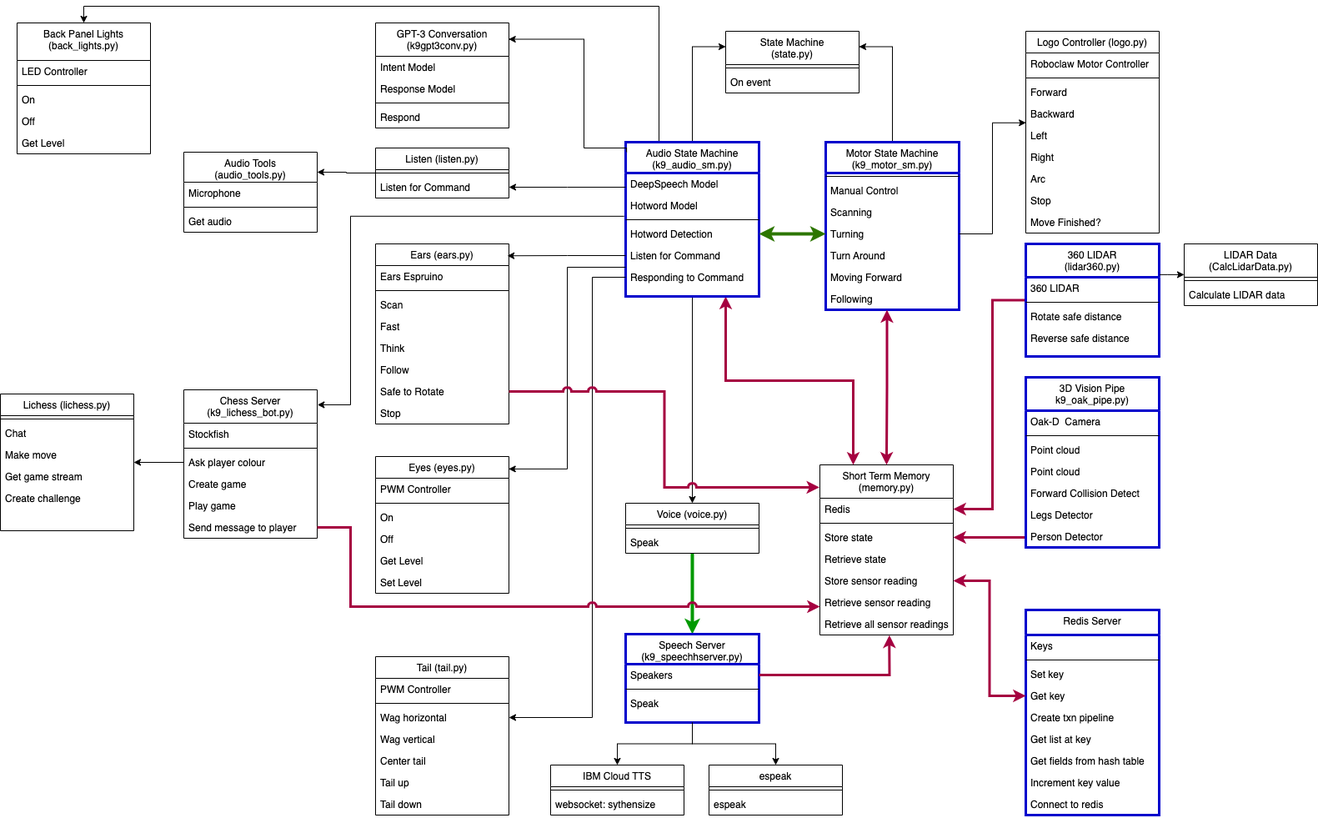
Earlier version of the draw.io export K9 class diagram.drawio.png (hopkira/k9). Source tidied: cells renumbered, new cells last; positions are measured from the earlier drawing's top-left corner, leaving out a move shared by most shapes.
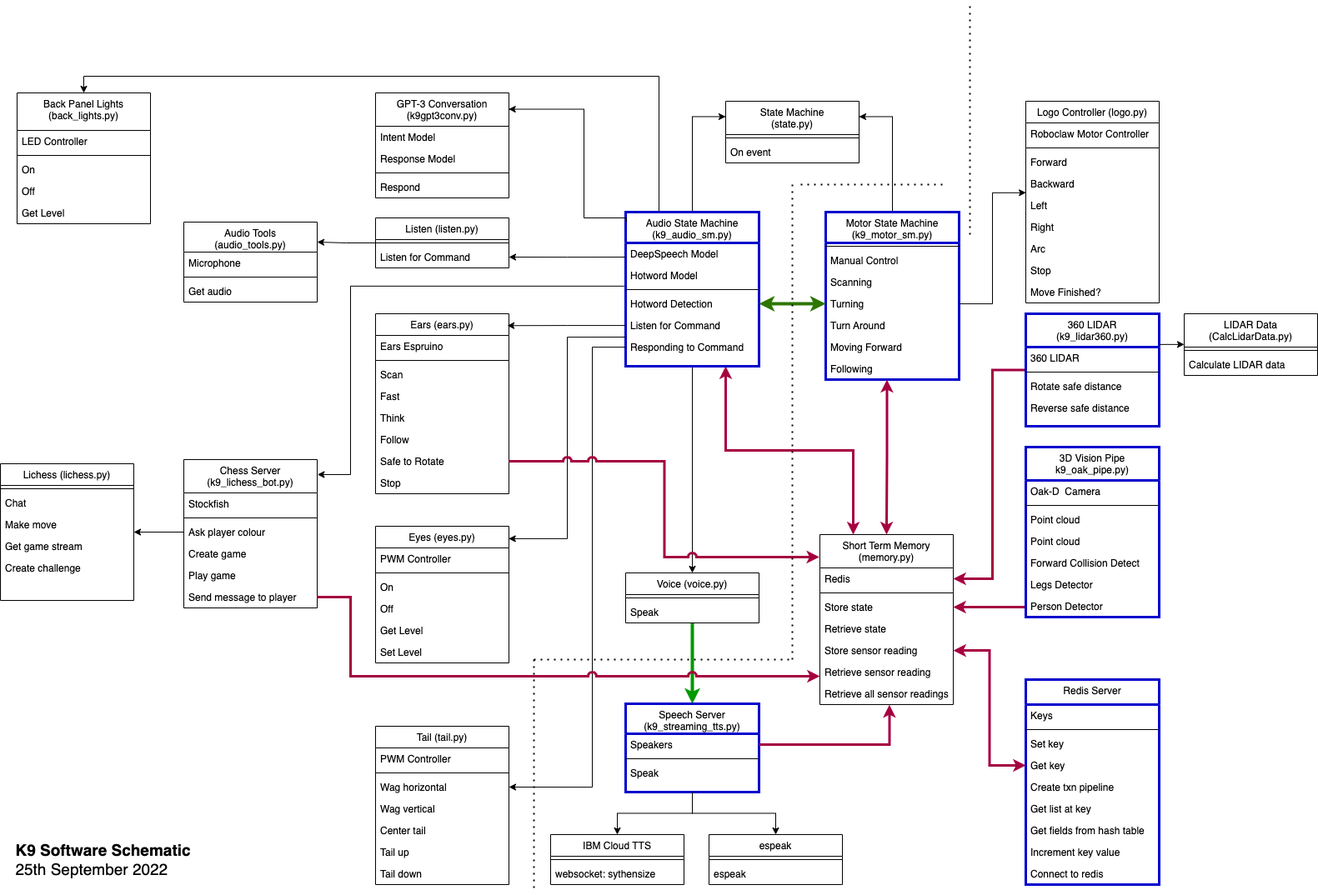
After the change.

What changed in the source:
```diff
@@ -184,7 +184,7 @@
     <mxCell id="60" value="Respond" style="text;align=left;verticalAlign=top;spacingLeft=4;spacingRight=4;overflow=hidden;" parent="56" vertex="1">
       <mxGeometry y="100" width="160" height="26" as="geometry" />
     </mxCell>
-    <mxCell id="61" value="Speech Server&#10;(k9_speechhserver.py)" style="swimlane;fontStyle=0;align=center;verticalAlign=top;horizontal=1;startSize=36;rounded=0;shadow=0;strokeWidth=3;strokeColor=#0000CC;" parent="1" vertex="1">
+    <mxCell id="61" value="Speech Server&#10;(k9_streaming_tts.py)" style="swimlane;fontStyle=0;align=center;verticalAlign=top;horizontal=1;startSize=36;rounded=0;shadow=0;strokeWidth=3;strokeColor=#0000CC;" parent="1" vertex="1">
       <mxGeometry x="750" y="753" width="160" height="106" as="geometry" />
     </mxCell>
     <mxCell id="62" value="Speakers" style="text;align=left;verticalAlign=top;spacingLeft=4;spacingRight=4;overflow=hidden;points=[[0,0.5],[1,0.5]];portConstraint=eastwest;rounded=0;shadow=0;html=0;" parent="61" vertex="1">
@@ -465,7 +465,7 @@
         </Array>
       </mxGeometry>
     </mxCell>
-    <mxCell id="141" value="360 LIDAR&#10;(lidar360.py)" style="swimlane;fontStyle=0;align=center;verticalAlign=top;horizontal=1;startSize=40;rounded=0;shadow=0;strokeWidth=3;strokeColor=#0000CC;" parent="1" vertex="1">
+    <mxCell id="141" value="360 LIDAR&#10;(k9_lidar360.py)" style="swimlane;fontStyle=0;align=center;verticalAlign=top;horizontal=1;startSize=40;rounded=0;shadow=0;strokeWidth=3;strokeColor=#0000CC;" parent="1" vertex="1">
       <mxGeometry x="1230" y="285" width="160" height="135" as="geometry" />
     </mxCell>
     <mxCell id="142" value="360 LIDAR" style="text;align=left;verticalAlign=top;spacingLeft=4;spacingRight=4;overflow=hidden;rounded=0;shadow=0;html=0;" parent="141" vertex="1">
@@ -520,5 +520,38 @@
     <mxCell id="157" style="edgeStyle=orthogonalEdgeStyle;rounded=0;jettySize=auto;html=1;entryX=0.5;entryY=0;entryDx=0;entryDy=0;exitX=0.5;exitY=1;exitDx=0;exitDy=0;" parent="1" edge="1" source="61" target="150">
       <mxGeometry relative="1" as="geometry" />
     </mxCell>
+    <mxCell id="158" style="endArrow=none;dashed=1;html=1;dashPattern=1 3;strokeWidth=2;rounded=0;" parent="1" edge="1">
+      <mxGeometry relative="1" as="geometry">
+        <mxPoint x="1163" y="190" as="sourcePoint" />
+        <mxPoint x="1163" y="-90" as="targetPoint" />
+      </mxGeometry>
+    </mxCell>
+    <mxCell id="159" style="endArrow=none;dashed=1;html=1;dashPattern=1 3;strokeWidth=2;rounded=0;" parent="1" edge="1">
+      <mxGeometry relative="1" as="geometry">
+        <mxPoint x="640" y="700" as="sourcePoint" />
+        <mxPoint x="950" y="700" as="targetPoint" />
+      </mxGeometry>
+    </mxCell>
+    <mxCell id="160" style="endArrow=none;dashed=1;html=1;dashPattern=1 3;strokeWidth=2;rounded=0;" parent="1" edge="1">
+      <mxGeometry relative="1" as="geometry">
+        <mxPoint x="950" y="700" as="sourcePoint" />
+        <mxPoint x="950" y="130" as="targetPoint" />
+      </mxGeometry>
+    </mxCell>
+    <mxCell id="161" style="endArrow=none;dashed=1;html=1;dashPattern=1 3;strokeWidth=2;rounded=0;" parent="1" edge="1">
+      <mxGeometry relative="1" as="geometry">
+        <mxPoint x="960" y="130" as="sourcePoint" />
+        <mxPoint x="1130" y="130" as="targetPoint" />
+      </mxGeometry>
+    </mxCell>
+    <mxCell id="162" style="endArrow=none;dashed=1;html=1;dashPattern=1 3;strokeWidth=2;rounded=0;" parent="1" edge="1">
+      <mxGeometry relative="1" as="geometry">
+        <mxPoint x="640" y="700" as="sourcePoint" />
+        <mxPoint x="640" y="980" as="targetPoint" />
+      </mxGeometry>
+    </mxCell>
+    <mxCell id="163" value="&lt;div style=&quot;text-align: left; font-size: 19px;&quot;&gt;&lt;span style=&quot;background-color: initial;&quot;&gt;&lt;font style=&quot;font-size: 19px;&quot;&gt;&lt;b&gt;K9 Software Schematic&lt;/b&gt;&lt;/font&gt;&lt;/span&gt;&lt;/div&gt;&lt;div style=&quot;text-align: left; font-size: 19px;&quot;&gt;&lt;span style=&quot;background-color: initial;&quot;&gt;&lt;font style=&quot;font-size: 19px;&quot;&gt;25th September 2022&lt;/font&gt;&lt;/span&gt;&lt;/div&gt;" style="text;html=1;align=center;verticalAlign=middle;strokeColor=none;fillColor=none;" parent="1" vertex="1">
+      <mxGeometry x="8" y="910" width="230" height="60" as="geometry" />
+    </mxCell>
   </root>
 </mxGraphModel>
```
